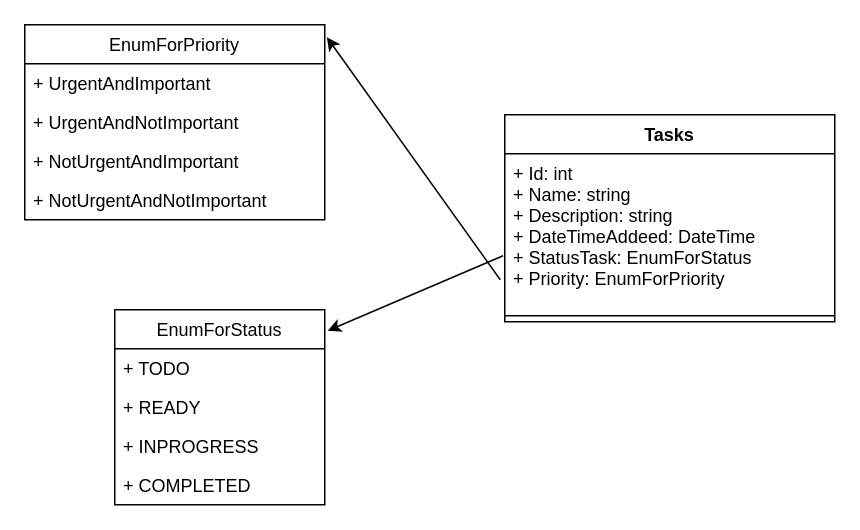
Earlier version of the draw.io diagram page "Page-2" (2 of 7) of Untitled Diagram.drawio (Lera19/PlanningSystem). Source tidied: cells renumbered, new cells numbered last; positions are measured from the earlier drawing's top-left corner, leaving out a move shared by most shapes. Both pictures are drawn from the tidied source at 150%, with x=0, y=0 at pixel (24, 24).
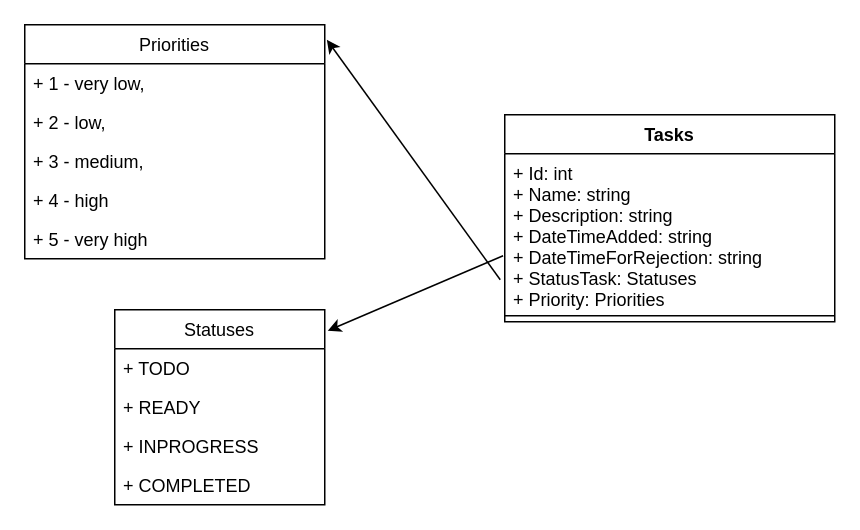
The same page after the edit.

Change to the diagram source:
```diff
@@
 <mxGraphModel>
   <root>
     <mxCell id="0" />
     <mxCell id="1" parent="0" />
     <mxCell id="2" value="Tasks" style="swimlane;fontStyle=1;align=center;verticalAlign=top;horizontal=1;startSize=26;" parent="1" vertex="1">
       <mxGeometry x="320" y="60" width="220" height="138" as="geometry" />
     </mxCell>
-    <mxCell id="3" value="+ Id: int&#10;+ Name: string&#10;+ Description: string&#10;+ DateTimeAddeed: DateTime&#10;+ StatusTask: EnumForStatus&#10;+ Priority: EnumForPriority&#10;" style="text;strokeColor=none;fillColor=none;align=left;verticalAlign=top;spacingLeft=4;spacingRight=4;overflow=hidden;points=[[0,0.5],[1,0.5]];portConstraint=eastwest;" parent="2" vertex="1">
+    <mxCell id="3" value="+ Id: int&#10;+ Name: string&#10;+ Description: string&#10;+ DateTimeAdded: string&#10;+ DateTimeForRejection: string&#10;+ StatusTask: Statuses&#10;+ Priority: Priorities&#10;" style="text;strokeColor=none;fillColor=none;align=left;verticalAlign=top;spacingLeft=4;spacingRight=4;overflow=hidden;points=[[0,0.5],[1,0.5]];portConstraint=eastwest;" parent="2" vertex="1">
       <mxGeometry y="26" width="220" height="104" as="geometry" />
     </mxCell>
     <mxCell id="4" style="line;strokeWidth=1;fillColor=none;align=left;verticalAlign=middle;spacingTop=-1;spacingLeft=3;spacingRight=3;labelPosition=right;" parent="2" vertex="1">
       <mxGeometry y="130" width="220" height="8" as="geometry" />
     </mxCell>
-    <mxCell id="5" value="EnumForPriority" style="swimlane;fontStyle=0;horizontal=1;startSize=26;fillColor=none;" parent="1" vertex="1">
-      <mxGeometry width="200" height="130" as="geometry" />
+    <mxCell id="5" value="Priorities" style="swimlane;fontStyle=0;horizontal=1;startSize=26;fillColor=none;" parent="1" vertex="1">
+      <mxGeometry width="200" height="156" as="geometry" />
     </mxCell>
-    <mxCell id="6" value="+ UrgentAndImportant" style="text;strokeColor=none;fillColor=none;align=left;verticalAlign=top;spacingLeft=4;spacingRight=4;overflow=hidden;" parent="5" vertex="1">
+    <mxCell id="6" value="+ 1 - very low," style="text;strokeColor=none;fillColor=none;align=left;verticalAlign=top;spacingLeft=4;spacingRight=4;overflow=hidden;" parent="5" vertex="1">
       <mxGeometry y="26" width="200" height="26" as="geometry" />
     </mxCell>
-    <mxCell id="7" value="+ UrgentAndNotImportant" style="text;strokeColor=none;fillColor=none;align=left;verticalAlign=top;spacingLeft=4;spacingRight=4;overflow=hidden;" parent="5" vertex="1">
+    <mxCell id="7" value="+ 2 - low," style="text;strokeColor=none;fillColor=none;align=left;verticalAlign=top;spacingLeft=4;spacingRight=4;overflow=hidden;" parent="5" vertex="1">
       <mxGeometry y="52" width="200" height="26" as="geometry" />
     </mxCell>
-    <mxCell id="8" value="+ NotUrgentAndImportant" style="text;strokeColor=none;fillColor=none;align=left;verticalAlign=top;spacingLeft=4;spacingRight=4;overflow=hidden;" parent="5" vertex="1">
+    <mxCell id="8" value="+ 3 - medium," style="text;strokeColor=none;fillColor=none;align=left;verticalAlign=top;spacingLeft=4;spacingRight=4;overflow=hidden;" parent="5" vertex="1">
       <mxGeometry y="78" width="200" height="26" as="geometry" />
     </mxCell>
+    <mxCell id="17" value="+ 4 - high" style="text;strokeColor=none;fillColor=none;align=left;verticalAlign=top;spacingLeft=4;spacingRight=4;overflow=hidden;" parent="5" vertex="1">
+      <mxGeometry y="104" width="200" height="26" as="geometry" />
+    </mxCell>
-    <mxCell id="9" value="+ NotUrgentAndNotImportant" style="text;strokeColor=none;fillColor=none;align=left;verticalAlign=top;spacingLeft=4;spacingRight=4;overflow=hidden;" parent="5" vertex="1">
-      <mxGeometry y="104" width="200" height="26" as="geometry" />
+    <mxCell id="9" value="+ 5 - very high" style="text;strokeColor=none;fillColor=none;align=left;verticalAlign=top;spacingLeft=4;spacingRight=4;overflow=hidden;" parent="5" vertex="1">
+      <mxGeometry y="130" width="200" height="26" as="geometry" />
     </mxCell>
-    <mxCell id="10" value="EnumForStatus" style="swimlane;fontStyle=0;horizontal=1;startSize=26;fillColor=none;" parent="1" vertex="1">
+    <mxCell id="10" value="Statuses" style="swimlane;fontStyle=0;horizontal=1;startSize=26;fillColor=none;" parent="1" vertex="1">
       <mxGeometry x="60" y="190" width="140" height="130" as="geometry" />
     </mxCell>
     <mxCell id="11" value="+ TODO" style="text;strokeColor=none;fillColor=none;align=left;verticalAlign=top;spacingLeft=4;spacingRight=4;overflow=hidden;" parent="10" vertex="1">
       <mxGeometry y="26" width="140" height="26" as="geometry" />
     </mxCell>
     <mxCell id="12" value="+ READY&#10;" style="text;strokeColor=none;fillColor=none;align=left;verticalAlign=top;spacingLeft=4;spacingRight=4;overflow=hidden;" parent="10" vertex="1">
       <mxGeometry y="52" width="140" height="26" as="geometry" />
     </mxCell>
     <mxCell id="13" value="+ INPROGRESS" style="text;strokeColor=none;fillColor=none;align=left;verticalAlign=top;spacingLeft=4;spacingRight=4;overflow=hidden;" parent="10" vertex="1">
       <mxGeometry y="78" width="140" height="26" as="geometry" />
     </mxCell>
     <mxCell id="14" value="+ COMPLETED" style="text;strokeColor=none;fillColor=none;align=left;verticalAlign=top;spacingLeft=4;spacingRight=4;overflow=hidden;" parent="10" vertex="1">
       <mxGeometry y="104" width="140" height="26" as="geometry" />
     </mxCell>
     <mxCell id="15" style="endArrow=classic;html=1;exitX=-0.005;exitY=0.654;exitDx=0;exitDy=0;exitPerimeter=0;entryX=1.014;entryY=0.108;entryDx=0;entryDy=0;entryPerimeter=0;" parent="1" edge="1" source="3" target="10">
       <mxGeometry relative="1" as="geometry" />
     </mxCell>
     <mxCell id="16" style="endArrow=classic;html=1;entryX=1.007;entryY=0.064;entryDx=0;entryDy=0;entryPerimeter=0;" parent="1" edge="1" target="5">
       <mxGeometry relative="1" as="geometry">
         <mxPoint x="317" y="170" as="sourcePoint" />
       </mxGeometry>
     </mxCell>
   </root>
 </mxGraphModel>
```
